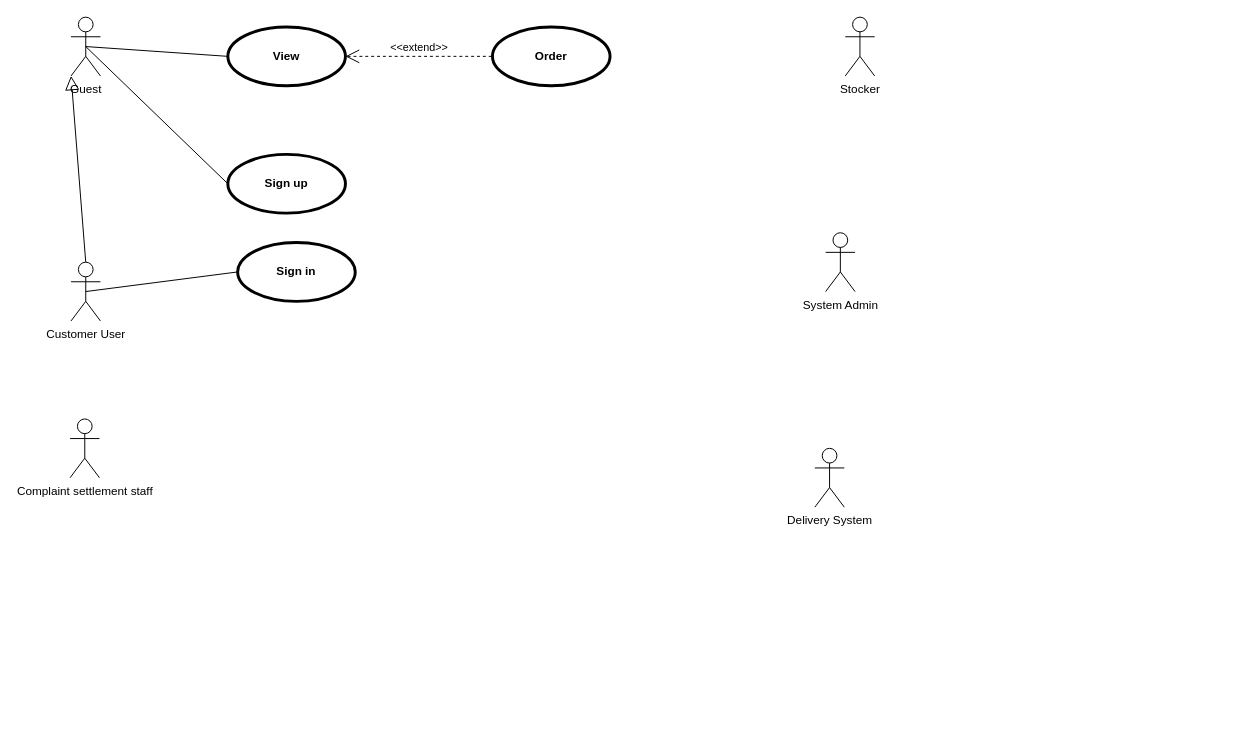
Earlier version of the draw.io diagram UseCase.drawio (giakhangnguyenlam/WebsiteTangQua). Source tidied: cells renumbered, new cells numbered last; positions are measured from the earlier drawing's top-left corner, leaving out a move shared by most shapes. Both pictures are drawn from the tidied source at 98%, with x=0, y=0 at pixel (70, 17).
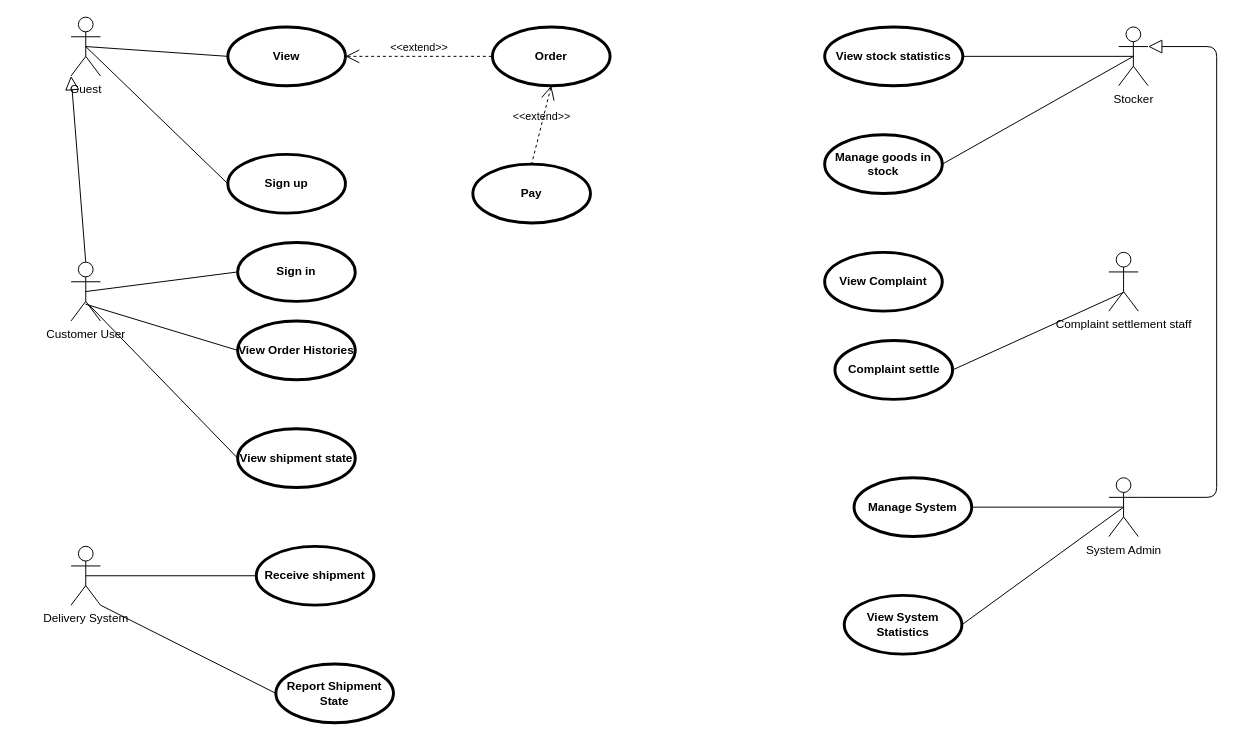
The same diagram, later.

The change refers to these unchanged cells:
```xml
<mxCell id="3" value="Customer User" style="shape=umlActor;html=1;verticalLabelPosition=bottom;verticalAlign=top;align=center;" parent="1" vertex="1">
  <mxGeometry x="1" y="250" width="30" height="60" as="geometry" />
</mxCell>
<mxCell id="9" value="Order" style="shape=ellipse;html=1;strokeWidth=3;fontStyle=1;whiteSpace=wrap;align=center;perimeter=ellipsePerimeter;" parent="1" vertex="1">
  <mxGeometry x="431" y="10" width="120" height="60" as="geometry" />
</mxCell>
```

The edit, as a diff of the source:
```diff
@@
     <mxCell id="4" value="Stocker" style="shape=umlActor;html=1;verticalLabelPosition=bottom;verticalAlign=top;align=center;" parent="1" vertex="1">
-      <mxGeometry x="791" width="30" height="60" as="geometry" />
+      <mxGeometry x="1070" y="10" width="30" height="60" as="geometry" />
     </mxCell>
     <mxCell id="5" value="System Admin" style="shape=umlActor;html=1;verticalLabelPosition=bottom;verticalAlign=top;align=center;" parent="1" vertex="1">
-      <mxGeometry x="771" y="220" width="30" height="60" as="geometry" />
+      <mxGeometry x="1060" y="470" width="30" height="60" as="geometry" />
     </mxCell>
     <mxCell id="6" value="Delivery System" style="shape=umlActor;html=1;verticalLabelPosition=bottom;verticalAlign=top;align=center;" parent="1" vertex="1">
-      <mxGeometry x="760" y="440" width="30" height="60" as="geometry" />
+      <mxGeometry x="1" y="540" width="30" height="60" as="geometry" />
     </mxCell>
     <mxCell id="7" value="Complaint settlement staff" style="shape=umlActor;html=1;verticalLabelPosition=bottom;verticalAlign=top;align=center;" parent="1" vertex="1">
-      <mxGeometry y="410" width="30" height="60" as="geometry" />
+      <mxGeometry x="1060" y="240" width="30" height="60" as="geometry" />
     </mxCell>
@@
+    <mxCell id="17" value="Pay" style="shape=ellipse;html=1;strokeWidth=3;fontStyle=1;whiteSpace=wrap;align=center;perimeter=ellipsePerimeter;" parent="1" vertex="1">
+      <mxGeometry x="411" y="150" width="120" height="60" as="geometry" />
+    </mxCell>
+    <mxCell id="18" value="&amp;lt;&amp;lt;extend&amp;gt;&amp;gt;" style="edgeStyle=none;html=1;startArrow=open;endArrow=none;startSize=12;verticalAlign=bottom;dashed=1;labelBackgroundColor=none;exitX=0.5;exitY=1;exitDx=0;exitDy=0;entryX=0.5;entryY=0;entryDx=0;entryDy=0;" parent="1" edge="1" source="9" target="17">
+      <mxGeometry relative="1" as="geometry" />
+    </mxCell>
+    <mxCell id="19" value="Complaint settle" style="shape=ellipse;html=1;strokeWidth=3;fontStyle=1;whiteSpace=wrap;align=center;perimeter=ellipsePerimeter;" parent="1" vertex="1">
+      <mxGeometry x="780.5" y="330" width="120" height="60" as="geometry" />
+    </mxCell>
+    <mxCell id="20" style="edgeStyle=none;html=1;endArrow=none;verticalAlign=bottom;exitX=0.51;exitY=0.678;exitDx=0;exitDy=0;exitPerimeter=0;entryX=1;entryY=0.5;entryDx=0;entryDy=0;" parent="1" edge="1" source="7" target="19">
+      <mxGeometry relative="1" as="geometry" />
+    </mxCell>
+    <mxCell id="21" value="View Order Histories" style="shape=ellipse;html=1;strokeWidth=3;fontStyle=1;whiteSpace=wrap;align=center;perimeter=ellipsePerimeter;" parent="1" vertex="1">
+      <mxGeometry x="171" y="310" width="120" height="60" as="geometry" />
+    </mxCell>
+    <mxCell id="22" style="edgeStyle=none;html=1;endArrow=none;verticalAlign=bottom;exitX=0.49;exitY=0.714;exitDx=0;exitDy=0;exitPerimeter=0;entryX=0;entryY=0.5;entryDx=0;entryDy=0;" parent="1" edge="1" source="3" target="21">
+      <mxGeometry relative="1" as="geometry" />
+    </mxCell>
+    <mxCell id="23" value="View shipment state" style="shape=ellipse;html=1;strokeWidth=3;fontStyle=1;whiteSpace=wrap;align=center;perimeter=ellipsePerimeter;" parent="1" vertex="1">
+      <mxGeometry x="171" y="420" width="120" height="60" as="geometry" />
+    </mxCell>
+    <mxCell id="24" style="edgeStyle=none;html=1;endArrow=none;verticalAlign=bottom;exitX=0.586;exitY=0.714;exitDx=0;exitDy=0;exitPerimeter=0;entryX=0;entryY=0.5;entryDx=0;entryDy=0;" parent="1" edge="1" source="3" target="23">
+      <mxGeometry relative="1" as="geometry" />
+    </mxCell>
+    <mxCell id="25" value="View stock statistics" style="shape=ellipse;html=1;strokeWidth=3;fontStyle=1;whiteSpace=wrap;align=center;perimeter=ellipsePerimeter;" parent="1" vertex="1">
+      <mxGeometry x="770" y="10" width="141" height="60" as="geometry" />
+    </mxCell>
+    <mxCell id="26" style="edgeStyle=none;html=1;endArrow=none;verticalAlign=bottom;entryX=0.5;entryY=0.5;entryDx=0;entryDy=0;entryPerimeter=0;exitX=1;exitY=0.5;exitDx=0;exitDy=0;" parent="1" edge="1" source="25" target="4">
+      <mxGeometry relative="1" as="geometry" />
+    </mxCell>
+    <mxCell id="27" value="Manage goods in stock" style="shape=ellipse;html=1;strokeWidth=3;fontStyle=1;whiteSpace=wrap;align=center;perimeter=ellipsePerimeter;" parent="1" vertex="1">
+      <mxGeometry x="770" y="120" width="120" height="60" as="geometry" />
+    </mxCell>
+    <mxCell id="28" style="edgeStyle=none;html=1;endArrow=none;verticalAlign=bottom;entryX=0.5;entryY=0.5;entryDx=0;entryDy=0;entryPerimeter=0;exitX=1;exitY=0.5;exitDx=0;exitDy=0;" parent="1" edge="1" source="27" target="4">
+      <mxGeometry relative="1" as="geometry" />
+    </mxCell>
+    <mxCell id="29" value="Manage System" style="shape=ellipse;html=1;strokeWidth=3;fontStyle=1;whiteSpace=wrap;align=center;perimeter=ellipsePerimeter;" parent="1" vertex="1">
+      <mxGeometry x="800" y="470" width="120" height="60" as="geometry" />
+    </mxCell>
+    <mxCell id="30" value="Receive shipment" style="shape=ellipse;html=1;strokeWidth=3;fontStyle=1;whiteSpace=wrap;align=center;perimeter=ellipsePerimeter;" parent="1" vertex="1">
+      <mxGeometry x="190" y="540" width="120" height="60" as="geometry" />
+    </mxCell>
+    <mxCell id="31" style="edgeStyle=none;html=1;endArrow=none;verticalAlign=bottom;exitX=0.5;exitY=0.5;exitDx=0;exitDy=0;exitPerimeter=0;entryX=0;entryY=0.5;entryDx=0;entryDy=0;" parent="1" edge="1" source="6" target="30">
+      <mxGeometry relative="1" as="geometry" />
+    </mxCell>
+    <mxCell id="32" style="edgeStyle=none;html=1;endArrow=none;verticalAlign=bottom;entryX=0.5;entryY=0.5;entryDx=0;entryDy=0;entryPerimeter=0;exitX=1;exitY=0.5;exitDx=0;exitDy=0;" parent="1" edge="1" source="29" target="5">
+      <mxGeometry relative="1" as="geometry" />
+    </mxCell>
+    <mxCell id="33" style="edgeStyle=elbowEdgeStyle;html=1;endArrow=block;endFill=0;endSize=12;verticalAlign=bottom;exitX=1;exitY=0.3333333333333333;exitDx=0;exitDy=0;exitPerimeter=0;entryX=1;entryY=0.3333333333333333;entryDx=0;entryDy=0;entryPerimeter=0;" parent="1" edge="1" source="5" target="4">
+      <mxGeometry relative="1" as="geometry">
+        <Array as="points">
+          <mxPoint x="1170" y="270" />
+        </Array>
+      </mxGeometry>
+    </mxCell>
+    <mxCell id="34" value="View System Statistics" style="shape=ellipse;html=1;strokeWidth=3;fontStyle=1;whiteSpace=wrap;align=center;perimeter=ellipsePerimeter;" parent="1" vertex="1">
+      <mxGeometry x="790" y="590" width="120" height="60" as="geometry" />
+    </mxCell>
+    <mxCell id="35" style="edgeStyle=none;html=1;endArrow=none;verticalAlign=bottom;entryX=0.5;entryY=0.5;entryDx=0;entryDy=0;entryPerimeter=0;exitX=1;exitY=0.5;exitDx=0;exitDy=0;" parent="1" edge="1" source="34" target="5">
+      <mxGeometry relative="1" as="geometry" />
+    </mxCell>
+    <mxCell id="36" value="View Complaint" style="shape=ellipse;html=1;strokeWidth=3;fontStyle=1;whiteSpace=wrap;align=center;perimeter=ellipsePerimeter;" parent="1" vertex="1">
+      <mxGeometry x="770" y="240" width="120" height="60" as="geometry" />
+    </mxCell>
+    <mxCell id="37" value="Report Shipment State" style="shape=ellipse;html=1;strokeWidth=3;fontStyle=1;whiteSpace=wrap;align=center;perimeter=ellipsePerimeter;" parent="1" vertex="1">
+      <mxGeometry x="210" y="660" width="120" height="60" as="geometry" />
+    </mxCell>
+    <mxCell id="38" style="edgeStyle=none;html=1;endArrow=none;verticalAlign=bottom;exitX=1;exitY=1;exitDx=0;exitDy=0;exitPerimeter=0;entryX=0;entryY=0.5;entryDx=0;entryDy=0;" parent="1" edge="1" source="6" target="37">
+      <mxGeometry relative="1" as="geometry" />
+    </mxCell>
```
